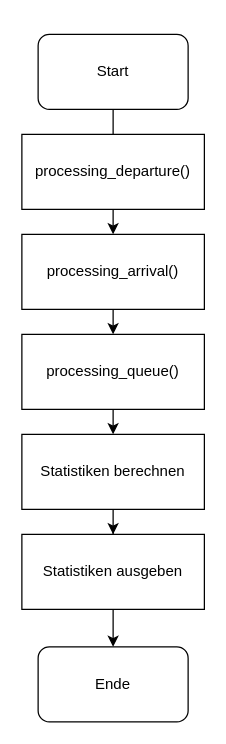
Above: project_files/documents/flowchart/simulate_step.drawio in IliHirsch/parkhaus-simulation (draw.io), before the change. Source tidied: cells renumbered, new cells numbered last; positions are measured from the earlier drawing's top-left corner, leaving out a move shared by most shapes. Both pictures are drawn from the tidied source at 125%, with x=0, y=0 at pixel (21, 34).
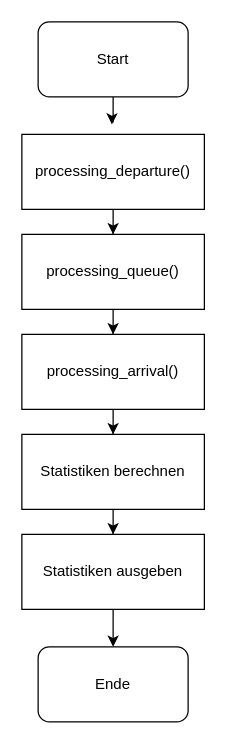
Above is the later version.

The edit, as a diff of the source:
```diff
@@
 <mxGraphModel>
   <root>
     <mxCell id="0" />
     <mxCell id="1" parent="0" />
-    <mxCell id="2" style="edgeStyle=orthogonalEdgeStyle;rounded=0;jettySize=auto;html=1;" parent="1" edge="1" source="3" target="6">
-      <mxGeometry relative="1" as="geometry" />
-    </mxCell>
     <mxCell id="3" value="Start" style="rounded=1;whiteSpace=wrap;html=1;" parent="1" vertex="1">
-      <mxGeometry x="13" width="120" height="60" as="geometry" />
+      <mxGeometry x="13" y="-10" width="120" height="60" as="geometry" />
     </mxCell>
+    <mxCell id="14" style="edgeStyle=orthogonalEdgeStyle;rounded=0;jettySize=auto;html=1;" parent="1" edge="1" source="4" target="13">
+      <mxGeometry relative="1" as="geometry" />
+    </mxCell>
     <mxCell id="4" value="processing_departure()" style="rounded=0;whiteSpace=wrap;html=1;" parent="1" vertex="1">
       <mxGeometry y="80" width="146" height="60" as="geometry" />
     </mxCell>
-    <mxCell id="5" style="edgeStyle=orthogonalEdgeStyle;rounded=0;jettySize=auto;html=1;" parent="1" edge="1" source="6">
-      <mxGeometry relative="1" as="geometry">
-        <mxPoint x="73.1" y="240.1" as="targetPoint" />
-      </mxGeometry>
-    </mxCell>
+    <mxCell id="15" style="edgeStyle=orthogonalEdgeStyle;rounded=0;jettySize=auto;html=1;entryX=0.5;entryY=0;entryDx=0;entryDy=0;" parent="1" edge="1" source="6" target="8">
+      <mxGeometry relative="1" as="geometry" />
+    </mxCell>
     <mxCell id="6" value="processing_arrival()" style="rounded=0;whiteSpace=wrap;html=1;" parent="1" vertex="1">
-      <mxGeometry y="160" width="146" height="60" as="geometry" />
+      <mxGeometry y="240" width="146" height="60" as="geometry" />
     </mxCell>
     <mxCell id="7" style="edgeStyle=orthogonalEdgeStyle;rounded=0;jettySize=auto;html=1;" parent="1" edge="1" source="8" target="10">
       <mxGeometry relative="1" as="geometry" />
     </mxCell>
     <mxCell id="8" value="Statistiken berechnen" style="rounded=0;whiteSpace=wrap;html=1;" parent="1" vertex="1">
       <mxGeometry y="320" width="146" height="60" as="geometry" />
     </mxCell>
     <mxCell id="9" style="edgeStyle=orthogonalEdgeStyle;rounded=0;jettySize=auto;html=1;" parent="1" edge="1" source="10" target="11">
       <mxGeometry relative="1" as="geometry" />
     </mxCell>
     <mxCell id="10" value="Statistiken ausgeben" style="rounded=0;whiteSpace=wrap;html=1;" parent="1" vertex="1">
       <mxGeometry y="400" width="146" height="60" as="geometry" />
     </mxCell>
     <mxCell id="11" value="Ende" style="rounded=1;whiteSpace=wrap;html=1;" parent="1" vertex="1">
       <mxGeometry x="13" y="490" width="120" height="60" as="geometry" />
     </mxCell>
-    <mxCell id="12" style="edgeStyle=orthogonalEdgeStyle;rounded=0;jettySize=auto;html=1;exitX=0.5;exitY=1;exitDx=0;exitDy=0;entryX=0.5;entryY=0;entryDx=0;entryDy=0;" parent="1" edge="1" source="13" target="8">
-      <mxGeometry relative="1" as="geometry" />
-    </mxCell>
+    <mxCell id="16" style="edgeStyle=orthogonalEdgeStyle;rounded=0;jettySize=auto;html=1;entryX=0.5;entryY=0;entryDx=0;entryDy=0;" parent="1" edge="1" source="13" target="6">
+      <mxGeometry relative="1" as="geometry" />
+    </mxCell>
     <mxCell id="13" value="processing_queue()" style="rounded=0;whiteSpace=wrap;html=1;" parent="1" vertex="1">
-      <mxGeometry y="240" width="146" height="60" as="geometry" />
+      <mxGeometry y="160" width="146" height="60" as="geometry" />
     </mxCell>
+    <mxCell id="17" style="edgeStyle=orthogonalEdgeStyle;rounded=0;jettySize=auto;html=1;entryX=0.493;entryY=-0.133;entryDx=0;entryDy=0;entryPerimeter=0;" parent="1" edge="1" source="3" target="4">
+      <mxGeometry relative="1" as="geometry" />
+    </mxCell>
   </root>
 </mxGraphModel>
```
